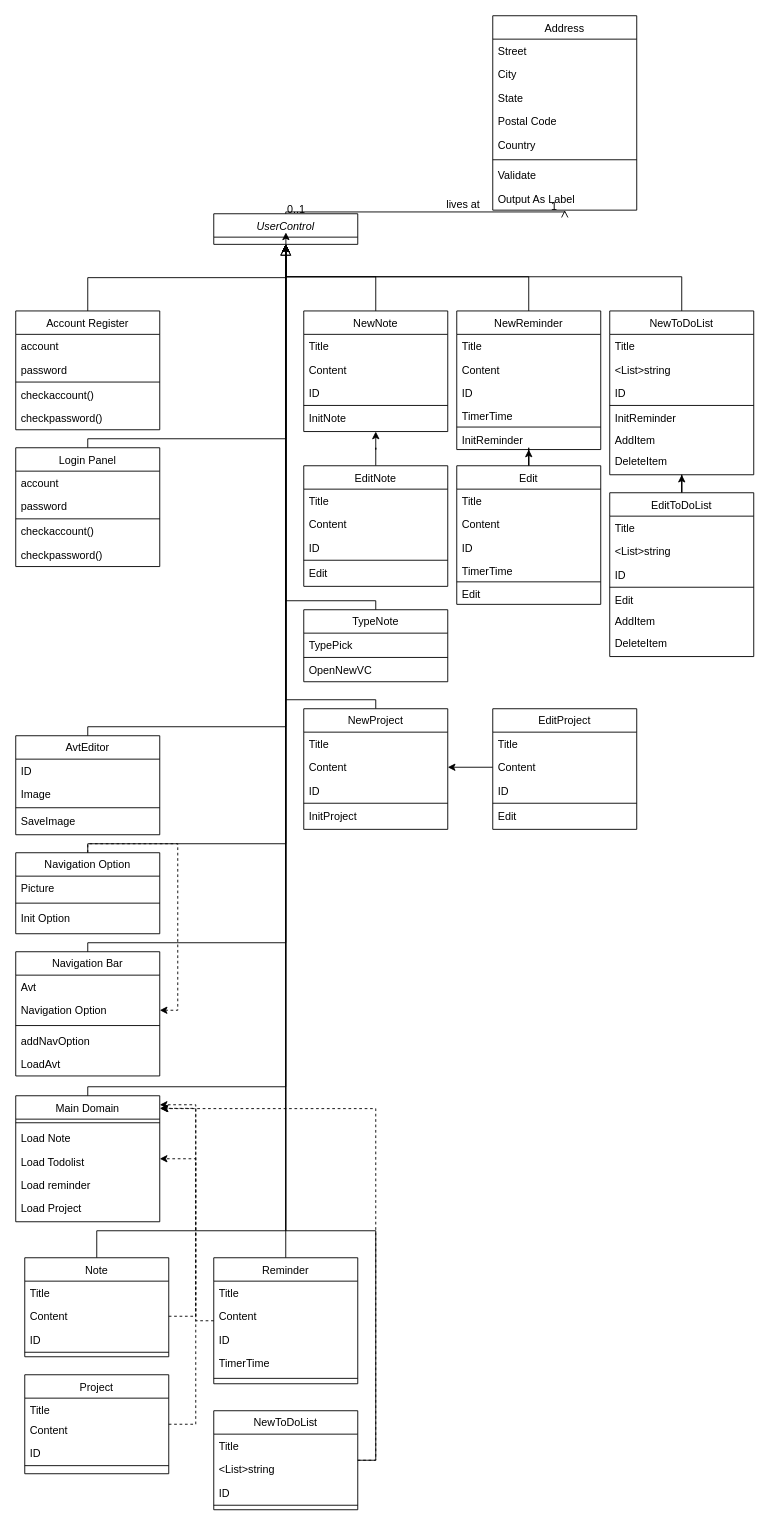
This is images/Untitled Diagram.drawio from NhaDo/Note-Management, a draw.io file, before an edit. Source tidied: cells renumbered, new cells numbered last; positions are measured from the earlier drawing's top-left corner, leaving out a move shared by most shapes. Both pictures are drawn from the tidied source at 90%, with x=0, y=0 at pixel (15, 15).
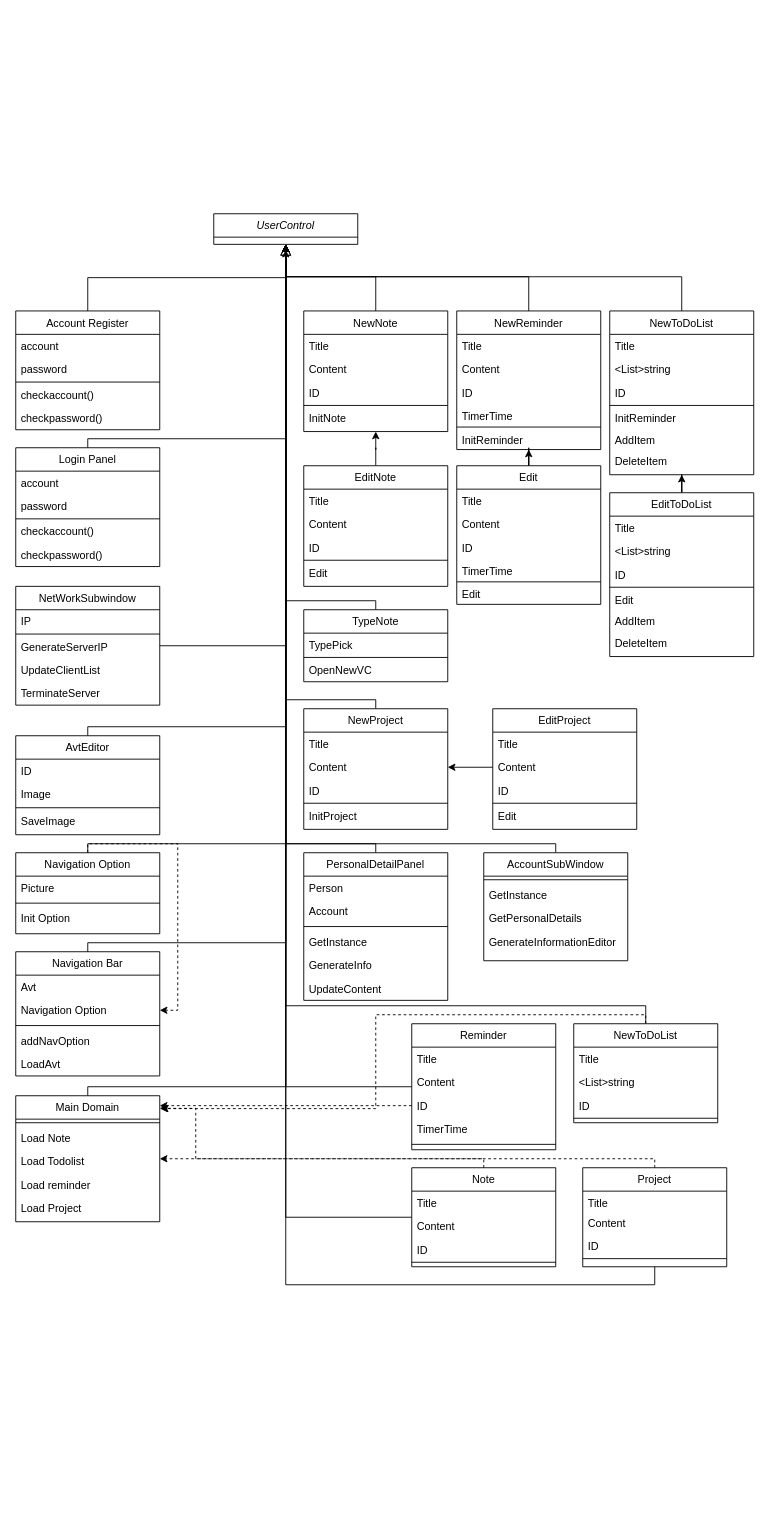
After the change.

The change refers to these unchanged cells:
```xml
<mxCell id="2" value="UserControl" style="swimlane;fontStyle=2;align=center;verticalAlign=top;horizontal=1;startSize=26;rounded=0;shadow=0;strokeWidth=1;" parent="1" vertex="1">
  <mxGeometry x="220" y="220" width="160" height="34" as="geometry" />
</mxCell>
<mxCell id="44" value="Main Domain" style="swimlane;fontStyle=0;align=center;verticalAlign=top;horizontal=1;startSize=26;rounded=0;shadow=0;strokeWidth=1;" parent="1" vertex="1">
  <mxGeometry y="1200" width="160" height="140" as="geometry" />
</mxCell>
<mxCell id="112" value="Content" style="text;align=left;verticalAlign=top;spacingLeft=4;spacingRight=4;overflow=hidden;points=[[0,0.5],[1,0.5]];portConstraint=eastwest;" parent="110" vertex="1">
  <mxGeometry y="52" width="160" height="26" as="geometry" />
</mxCell>
<mxCell id="120" value="ID" style="text;align=left;verticalAlign=top;spacingLeft=4;spacingRight=4;overflow=hidden;points=[[0,0.5],[1,0.5]];portConstraint=eastwest;" parent="117" vertex="1">
  <mxGeometry y="78" width="160" height="26" as="geometry" />
</mxCell>
<mxCell id="138" value="NewProject" style="swimlane;fontStyle=0;align=center;verticalAlign=top;horizontal=1;startSize=26;rounded=0;shadow=0;strokeWidth=1;" parent="1" vertex="1">
  <mxGeometry x="320" y="770" width="160" height="134" as="geometry" />
</mxCell>
```

What changed in the source:
```diff
@@
-    <mxCell id="17" value="Address" style="swimlane;fontStyle=0;align=center;verticalAlign=top;horizontal=1;startSize=26;rounded=0;shadow=0;strokeWidth=1;" parent="1" vertex="1">
-      <mxGeometry x="530" width="160" height="216" as="geometry" />
-    </mxCell>
-    <mxCell id="18" value="Street" style="text;align=left;verticalAlign=top;spacingLeft=4;spacingRight=4;overflow=hidden;" parent="17" vertex="1">
-      <mxGeometry y="26" width="160" height="26" as="geometry" />
-    </mxCell>
-    <mxCell id="19" value="City" style="text;align=left;verticalAlign=top;spacingLeft=4;spacingRight=4;overflow=hidden;rounded=0;shadow=0;html=0;" parent="17" vertex="1">
-      <mxGeometry y="52" width="160" height="26" as="geometry" />
-    </mxCell>
-    <mxCell id="20" value="State" style="text;align=left;verticalAlign=top;spacingLeft=4;spacingRight=4;overflow=hidden;rounded=0;shadow=0;html=0;" parent="17" vertex="1">
-      <mxGeometry y="78" width="160" height="26" as="geometry" />
-    </mxCell>
-    <mxCell id="21" value="Postal Code" style="text;align=left;verticalAlign=top;spacingLeft=4;spacingRight=4;overflow=hidden;rounded=0;shadow=0;html=0;" parent="17" vertex="1">
-      <mxGeometry y="104" width="160" height="26" as="geometry" />
-    </mxCell>
-    <mxCell id="22" value="Country" style="text;align=left;verticalAlign=top;spacingLeft=4;spacingRight=4;overflow=hidden;rounded=0;shadow=0;html=0;" parent="17" vertex="1">
-      <mxGeometry y="130" width="160" height="26" as="geometry" />
-    </mxCell>
-    <mxCell id="23" style="line;html=1;strokeWidth=1;align=left;verticalAlign=middle;spacingTop=-1;spacingLeft=3;spacingRight=3;labelPosition=right;" parent="17" vertex="1">
-      <mxGeometry y="156" width="160" height="8" as="geometry" />
-    </mxCell>
-    <mxCell id="24" value="Validate" style="text;align=left;verticalAlign=top;spacingLeft=4;spacingRight=4;overflow=hidden;" parent="17" vertex="1">
-      <mxGeometry y="164" width="160" height="26" as="geometry" />
-    </mxCell>
-    <mxCell id="25" value="Output As Label" style="text;align=left;verticalAlign=top;spacingLeft=4;spacingRight=4;overflow=hidden;" parent="17" vertex="1">
-      <mxGeometry y="190" width="160" height="26" as="geometry" />
-    </mxCell>
-    <mxCell id="26" style="endArrow=open;shadow=0;strokeWidth=1;rounded=0;endFill=1;edgeStyle=elbowEdgeStyle;elbow=vertical;" parent="1" edge="1" source="2" target="17">
-      <mxGeometry x="0.5" y="41" relative="1" as="geometry">
-        <mxPoint x="-40" y="32" as="offset" />
-      </mxGeometry>
-    </mxCell>
-    <mxCell id="27" value="0..1" style="align=left;verticalAlign=bottom;labelBackgroundColor=none;fontSize=12;" parent="26" vertex="1">
-      <mxGeometry x="-1" relative="1" as="geometry">
-        <mxPoint y="4" as="offset" />
-      </mxGeometry>
-    </mxCell>
-    <mxCell id="28" value="1" style="align=right;verticalAlign=bottom;labelBackgroundColor=none;fontSize=12;" parent="26" vertex="1">
-      <mxGeometry x="1" relative="1" as="geometry">
-        <mxPoint x="-7" y="4" as="offset" />
-      </mxGeometry>
-    </mxCell>
-    <mxCell id="29" value="lives at" style="text;html=1;align=center;verticalAlign=middle;labelBackgroundColor=none;rounded=0;shadow=0;strokeWidth=1;fontSize=12;" parent="26" vertex="1">
-      <mxGeometry x="0.5" y="49" relative="1" as="geometry">
-        <mxPoint x="-38" y="40" as="offset" />
-      </mxGeometry>
-    </mxCell>
@@
-    <mxCell id="109" style="edgeStyle=orthogonalEdgeStyle;rounded=0;jettySize=auto;html=1;" parent="1" edge="1" source="110" target="2">
-      <mxGeometry relative="1" as="geometry">
-        <Array as="points">
-          <mxPoint x="90" y="1350" />
-          <mxPoint x="300" y="1350" />
-        </Array>
-      </mxGeometry>
+    <mxCell id="109" style="edgeStyle=orthogonalEdgeStyle;rounded=0;jettySize=auto;html=1;entryX=0.5;entryY=1;entryDx=0;entryDy=0;" parent="1" edge="1" source="110" target="2">
+      <mxGeometry relative="1" as="geometry" />
     </mxCell>
     <mxCell id="110" value="Note" style="swimlane;fontStyle=0;align=center;verticalAlign=top;horizontal=1;startSize=26;rounded=0;shadow=0;strokeWidth=1;" parent="1" vertex="1">
-      <mxGeometry x="10" y="1380" width="160" height="110" as="geometry" />
+      <mxGeometry x="440" y="1280" width="160" height="110" as="geometry" />
     </mxCell>
@@
-    <mxCell id="116" style="edgeStyle=orthogonalEdgeStyle;rounded=0;jettySize=auto;html=1;dashed=1;" parent="1" edge="1" source="117" target="44">
+    <mxCell id="116" style="edgeStyle=orthogonalEdgeStyle;rounded=0;jettySize=auto;html=1;dashed=1;exitX=0;exitY=0.5;exitDx=0;exitDy=0;" parent="1" edge="1" source="120" target="44">
       <mxGeometry relative="1" as="geometry">
         <Array as="points">
-          <mxPoint x="200" y="1450" />
-          <mxPoint x="200" y="1210" />
+          <mxPoint x="300" y="1211" />
+          <mxPoint x="300" y="1211" />
         </Array>
       </mxGeometry>
     </mxCell>
     <mxCell id="117" value="Reminder" style="swimlane;fontStyle=0;align=center;verticalAlign=top;horizontal=1;startSize=26;rounded=0;shadow=0;strokeWidth=1;" parent="1" vertex="1">
-      <mxGeometry x="220" y="1380" width="160" height="140" as="geometry" />
+      <mxGeometry x="440" y="1120" width="160" height="140" as="geometry" />
     </mxCell>
@@
     <mxCell id="123" style="edgeStyle=orthogonalEdgeStyle;rounded=0;jettySize=auto;html=1;" parent="1" edge="1" source="125" target="2">
       <mxGeometry relative="1" as="geometry">
         <Array as="points">
-          <mxPoint x="400" y="1605" />
-          <mxPoint x="400" y="1350" />
-          <mxPoint x="300" y="1350" />
+          <mxPoint x="700" y="1100" />
+          <mxPoint x="300" y="1100" />
         </Array>
       </mxGeometry>
     </mxCell>
     <mxCell id="124" style="edgeStyle=orthogonalEdgeStyle;rounded=0;jettySize=auto;html=1;entryX=1.007;entryY=0.102;entryDx=0;entryDy=0;entryPerimeter=0;dashed=1;" parent="1" edge="1" source="125" target="44">
       <mxGeometry relative="1" as="geometry">
         <Array as="points">
-          <mxPoint x="400" y="1605" />
+          <mxPoint x="700" y="1110" />
+          <mxPoint x="400" y="1110" />
           <mxPoint x="400" y="1214" />
         </Array>
       </mxGeometry>
     </mxCell>
     <mxCell id="125" value="NewToDoList" style="swimlane;fontStyle=0;align=center;verticalAlign=top;horizontal=1;startSize=26;rounded=0;shadow=0;strokeWidth=1;" parent="1" vertex="1">
-      <mxGeometry x="220" y="1550" width="160" height="110" as="geometry" />
+      <mxGeometry x="620" y="1120" width="160" height="110" as="geometry" />
     </mxCell>
@@
-    <mxCell id="130" style="edgeStyle=orthogonalEdgeStyle;rounded=0;jettySize=auto;html=1;dashed=1;" parent="1" edge="1" source="112">
+    <mxCell id="130" style="edgeStyle=orthogonalEdgeStyle;rounded=0;orthogonalLoop=1;jettySize=auto;html=1;dashed=1;" parent="1" edge="1">
       <mxGeometry relative="1" as="geometry">
+        <mxPoint x="520" y="1280" as="sourcePoint" />
         <mxPoint x="160" y="1214" as="targetPoint" />
         <Array as="points">
-          <mxPoint x="200" y="1445" />
+          <mxPoint x="520" y="1280" />
+          <mxPoint x="520" y="1270" />
+          <mxPoint x="200" y="1270" />
           <mxPoint x="200" y="1214" />
         </Array>
       </mxGeometry>
     </mxCell>
     <mxCell id="131" style="edgeStyle=orthogonalEdgeStyle;rounded=0;jettySize=auto;html=1;dashed=1;" parent="1" edge="1" source="132" target="44">
       <mxGeometry relative="1" as="geometry">
         <Array as="points">
-          <mxPoint x="200" y="1565" />
-          <mxPoint x="200" y="1270" />
+          <mxPoint x="710" y="1270" />
         </Array>
       </mxGeometry>
     </mxCell>
+    <mxCell id="151" style="edgeStyle=orthogonalEdgeStyle;rounded=0;jettySize=auto;html=1;" parent="1" edge="1" source="132" target="2">
+      <mxGeometry relative="1" as="geometry">
+        <Array as="points">
+          <mxPoint x="710" y="1410" />
+          <mxPoint x="300" y="1410" />
+        </Array>
+      </mxGeometry>
+    </mxCell>
     <mxCell id="132" value="Project" style="swimlane;fontStyle=0;align=center;verticalAlign=top;horizontal=1;startSize=26;rounded=0;shadow=0;strokeWidth=1;" parent="1" vertex="1">
-      <mxGeometry x="10" y="1510" width="160" height="110" as="geometry" />
+      <mxGeometry x="630" y="1280" width="160" height="110" as="geometry" />
     </mxCell>
@@
-    <mxCell id="137" style="edgeStyle=orthogonalEdgeStyle;rounded=0;jettySize=auto;html=1;entryX=0.501;entryY=0.61;entryDx=0;entryDy=0;entryPerimeter=0;" parent="1" edge="1" source="138" target="2">
+    <mxCell id="137" style="edgeStyle=orthogonalEdgeStyle;rounded=0;jettySize=auto;html=1;" parent="1" edge="1" source="138">
       <mxGeometry relative="1" as="geometry">
+        <mxPoint x="300" y="260" as="targetPoint" />
         <Array as="points">
           <mxPoint x="400" y="760" />
           <mxPoint x="300" y="760" />
         </Array>
       </mxGeometry>
     </mxCell>
@@
+    <mxCell id="152" style="edgeStyle=orthogonalEdgeStyle;rounded=0;jettySize=auto;html=1;" parent="1" edge="1" source="153" target="2">
+      <mxGeometry relative="1" as="geometry">
+        <Array as="points">
+          <mxPoint x="400" y="920" />
+          <mxPoint x="300" y="920" />
+        </Array>
+      </mxGeometry>
+    </mxCell>
+    <mxCell id="153" value="PersonalDetailPanel" style="swimlane;fontStyle=0;align=center;verticalAlign=top;horizontal=1;startSize=26;rounded=0;shadow=0;strokeWidth=1;" parent="1" vertex="1">
+      <mxGeometry x="320" y="930" width="160" height="164" as="geometry" />
+    </mxCell>
+    <mxCell id="154" value="Person" style="text;align=left;verticalAlign=top;spacingLeft=4;spacingRight=4;overflow=hidden;" parent="153" vertex="1">
+      <mxGeometry y="26" width="160" height="26" as="geometry" />
+    </mxCell>
+    <mxCell id="155" value="Account" style="text;align=left;verticalAlign=top;spacingLeft=4;spacingRight=4;overflow=hidden;" parent="153" vertex="1">
+      <mxGeometry y="52" width="160" height="26" as="geometry" />
+    </mxCell>
+    <mxCell id="156" style="line;html=1;strokeWidth=1;align=left;verticalAlign=middle;spacingTop=-1;spacingLeft=3;spacingRight=3;labelPosition=right;" parent="153" vertex="1">
+      <mxGeometry y="78" width="160" height="8" as="geometry" />
+    </mxCell>
+    <mxCell id="157" value="GetInstance" style="text;align=left;verticalAlign=top;spacingLeft=4;spacingRight=4;overflow=hidden;" parent="153" vertex="1">
+      <mxGeometry y="86" width="160" height="26" as="geometry" />
+    </mxCell>
+    <mxCell id="158" value="GenerateInfo" style="text;align=left;verticalAlign=top;spacingLeft=4;spacingRight=4;overflow=hidden;" parent="153" vertex="1">
+      <mxGeometry y="112" width="160" height="26" as="geometry" />
+    </mxCell>
+    <mxCell id="159" value="UpdateContent&#10;" style="text;align=left;verticalAlign=top;spacingLeft=4;spacingRight=4;overflow=hidden;" parent="153" vertex="1">
+      <mxGeometry y="138" width="160" height="26" as="geometry" />
+    </mxCell>
+    <mxCell id="160" style="edgeStyle=orthogonalEdgeStyle;rounded=0;jettySize=auto;html=1;" parent="1" edge="1" source="161" target="2">
+      <mxGeometry relative="1" as="geometry">
+        <Array as="points">
+          <mxPoint x="600" y="920" />
+          <mxPoint x="300" y="920" />
+        </Array>
+      </mxGeometry>
+    </mxCell>
+    <mxCell id="161" value="AccountSubWindow" style="swimlane;fontStyle=0;align=center;verticalAlign=top;horizontal=1;startSize=26;rounded=0;shadow=0;strokeWidth=1;" parent="1" vertex="1">
+      <mxGeometry x="520" y="930" width="160" height="120" as="geometry" />
+    </mxCell>
+    <mxCell id="162" style="line;html=1;strokeWidth=1;align=left;verticalAlign=middle;spacingTop=-1;spacingLeft=3;spacingRight=3;labelPosition=right;" parent="161" vertex="1">
+      <mxGeometry y="26" width="160" height="8" as="geometry" />
+    </mxCell>
+    <mxCell id="163" value="GetInstance" style="text;align=left;verticalAlign=top;spacingLeft=4;spacingRight=4;overflow=hidden;" parent="161" vertex="1">
+      <mxGeometry y="34" width="160" height="26" as="geometry" />
+    </mxCell>
+    <mxCell id="164" value="GetPersonalDetails" style="text;align=left;verticalAlign=top;spacingLeft=4;spacingRight=4;overflow=hidden;" parent="161" vertex="1">
+      <mxGeometry y="60" width="160" height="26" as="geometry" />
+    </mxCell>
+    <mxCell id="165" value="GenerateInformationEditor" style="text;align=left;verticalAlign=top;spacingLeft=4;spacingRight=4;overflow=hidden;" parent="161" vertex="1">
+      <mxGeometry y="86" width="160" height="26" as="geometry" />
+    </mxCell>
+    <mxCell id="166" style="edgeStyle=orthogonalEdgeStyle;rounded=0;jettySize=auto;html=1;entryX=0.5;entryY=1;entryDx=0;entryDy=0;" parent="1" edge="1" source="167" target="2">
+      <mxGeometry relative="1" as="geometry" />
+    </mxCell>
+    <mxCell id="167" value="NetWorkSubwindow" style="swimlane;fontStyle=0;align=center;verticalAlign=top;horizontal=1;startSize=26;rounded=0;shadow=0;strokeWidth=1;" parent="1" vertex="1">
+      <mxGeometry y="634" width="160" height="132" as="geometry" />
+    </mxCell>
+    <mxCell id="168" value="IP" style="text;align=left;verticalAlign=top;spacingLeft=4;spacingRight=4;overflow=hidden;" parent="167" vertex="1">
+      <mxGeometry y="26" width="160" height="26" as="geometry" />
+    </mxCell>
+    <mxCell id="169" style="line;html=1;strokeWidth=1;align=left;verticalAlign=middle;spacingTop=-1;spacingLeft=3;spacingRight=3;labelPosition=right;" parent="167" vertex="1">
+      <mxGeometry y="52" width="160" height="2" as="geometry" />
+    </mxCell>
+    <mxCell id="170" value="GenerateServerIP" style="text;align=left;verticalAlign=top;spacingLeft=4;spacingRight=4;overflow=hidden;" parent="167" vertex="1">
+      <mxGeometry y="54" width="160" height="26" as="geometry" />
+    </mxCell>
+    <mxCell id="171" value="UpdateClientList" style="text;align=left;verticalAlign=top;spacingLeft=4;spacingRight=4;overflow=hidden;" parent="167" vertex="1">
+      <mxGeometry y="80" width="160" height="26" as="geometry" />
+    </mxCell>
+    <mxCell id="172" value="TerminateServer" style="text;align=left;verticalAlign=top;spacingLeft=4;spacingRight=4;overflow=hidden;" parent="167" vertex="1">
+      <mxGeometry y="106" width="160" height="26" as="geometry" />
+    </mxCell>
```
